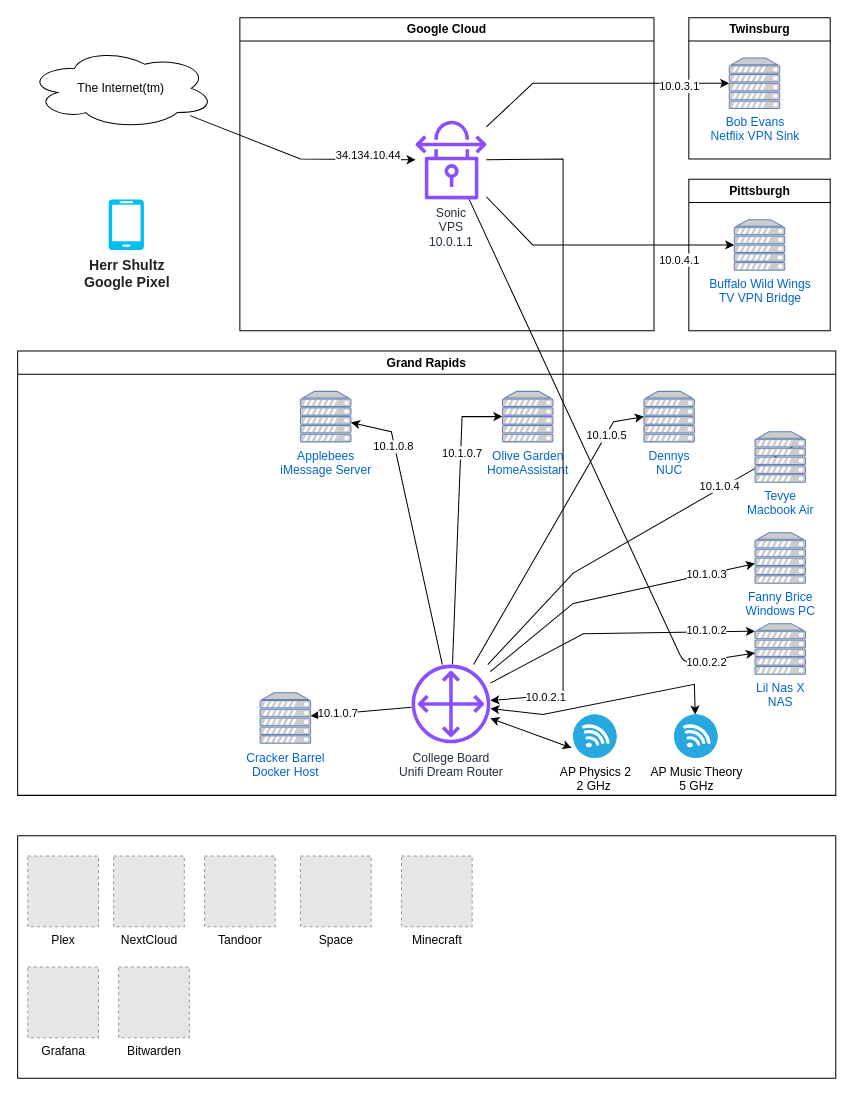
jpitlor/homelab-configuration keeps this draw.io diagram as homelab.drawio. Above is the earlier version. Source tidied: cells renumbered, new cells numbered last; positions are measured from the earlier drawing's top-left corner, leaving out a move shared by most shapes. Both pictures are drawn from the tidied source at 101%, with x=0, y=0 at pixel (17, 17). Pictures stored in the file or linked from it are replaced by grey dashed boxes.
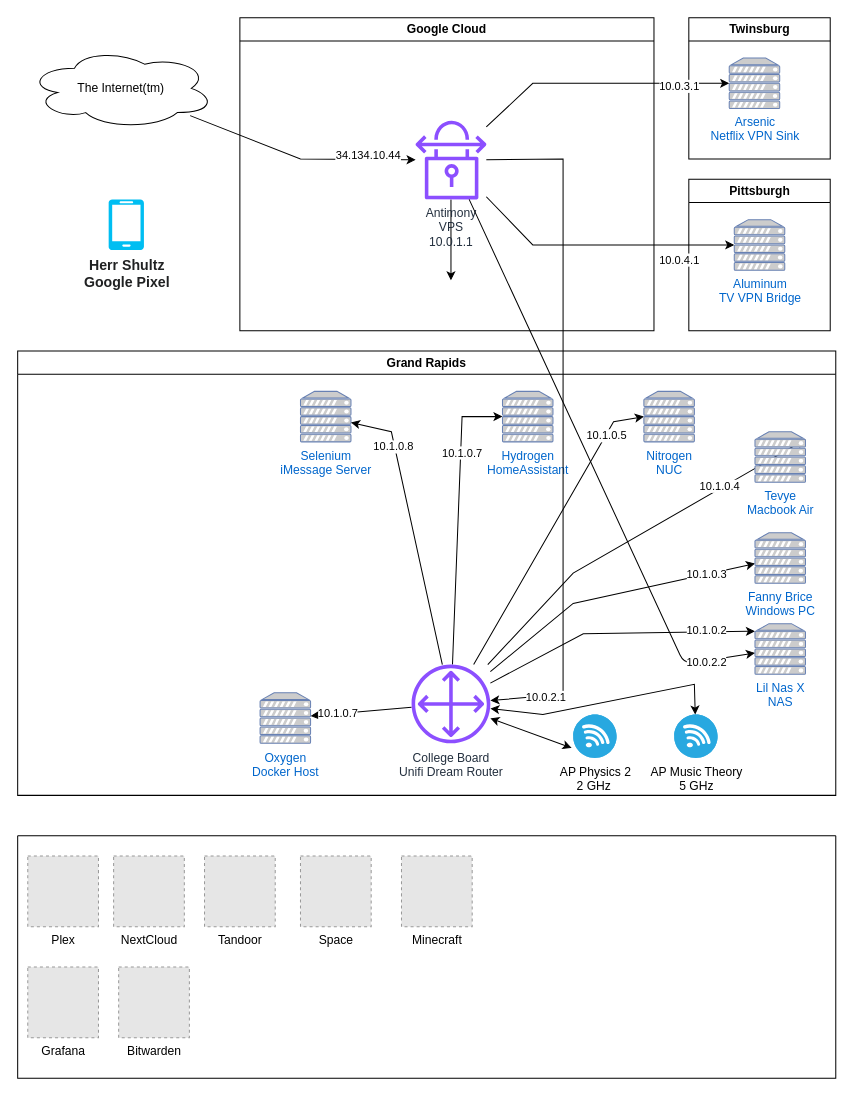
After the change.

Commit message (it also covers changes not shown here):
update server naming scheme

The change refers to these unchanged cells:
```xml
<mxCell id="2" value="Grand Rapids" style="swimlane;whiteSpace=wrap;html=1;" parent="1" vertex="1">
  <mxGeometry y="330" width="810" height="440" as="geometry" />
</mxCell>
<mxCell id="29" value="Pittsburgh" style="swimlane;whiteSpace=wrap;html=1;" parent="1" vertex="1">
  <mxGeometry x="664.5" y="160" width="140" height="150" as="geometry" />
</mxCell>
<mxCell id="31" value="Google Cloud" style="swimlane;whiteSpace=wrap;html=1;" parent="1" vertex="1">
  <mxGeometry x="220" width="410" height="310" as="geometry" />
</mxCell>
<mxCell id="33" value="Twinsburg" style="swimlane;whiteSpace=wrap;html=1;" parent="1" vertex="1">
  <mxGeometry x="664.5" width="140" height="140" as="geometry" />
</mxCell>
```

Change to the diagram source:
```diff
@@
-    <mxCell id="17" value="Dennys&lt;br&gt;NUC" style="fontColor=#0066CC;verticalAlign=top;verticalLabelPosition=bottom;labelPosition=center;align=center;html=1;outlineConnect=0;fillColor=#CCCCCC;strokeColor=#6881B3;gradientColor=none;gradientDirection=north;strokeWidth=2;shape=mxgraph.networks.server;" parent="2" vertex="1">
+    <mxCell id="17" value="Nitrogen&lt;br&gt;NUC" style="fontColor=#0066CC;verticalAlign=top;verticalLabelPosition=bottom;labelPosition=center;align=center;html=1;outlineConnect=0;fillColor=#CCCCCC;strokeColor=#6881B3;gradientColor=none;gradientDirection=north;strokeWidth=2;shape=mxgraph.networks.server;" parent="2" vertex="1">
       <mxGeometry x="620" y="40" width="50" height="50" as="geometry" />
     </mxCell>
-    <mxCell id="18" value="Cracker Barrel&lt;br&gt;Docker Host" style="fontColor=#0066CC;verticalAlign=top;verticalLabelPosition=bottom;labelPosition=center;align=center;html=1;outlineConnect=0;fillColor=#CCCCCC;strokeColor=#6881B3;gradientColor=none;gradientDirection=north;strokeWidth=2;shape=mxgraph.networks.server;" parent="2" vertex="1">
+    <mxCell id="18" value="Oxygen&lt;br&gt;Docker Host" style="fontColor=#0066CC;verticalAlign=top;verticalLabelPosition=bottom;labelPosition=center;align=center;html=1;outlineConnect=0;fillColor=#CCCCCC;strokeColor=#6881B3;gradientColor=none;gradientDirection=north;strokeWidth=2;shape=mxgraph.networks.server;" parent="2" vertex="1">
       <mxGeometry x="240" y="338.5" width="50" height="50" as="geometry" />
     </mxCell>
-    <mxCell id="19" value="Olive Garden&lt;br&gt;HomeAssistant" style="fontColor=#0066CC;verticalAlign=top;verticalLabelPosition=bottom;labelPosition=center;align=center;html=1;outlineConnect=0;fillColor=#CCCCCC;strokeColor=#6881B3;gradientColor=none;gradientDirection=north;strokeWidth=2;shape=mxgraph.networks.server;" parent="2" vertex="1">
+    <mxCell id="19" value="Hydrogen&lt;br&gt;HomeAssistant" style="fontColor=#0066CC;verticalAlign=top;verticalLabelPosition=bottom;labelPosition=center;align=center;html=1;outlineConnect=0;fillColor=#CCCCCC;strokeColor=#6881B3;gradientColor=none;gradientDirection=north;strokeWidth=2;shape=mxgraph.networks.server;" parent="2" vertex="1">
       <mxGeometry x="480" y="40" width="50" height="50" as="geometry" />
     </mxCell>
-    <mxCell id="20" value="Applebees&lt;br&gt;iMessage Server" style="fontColor=#0066CC;verticalAlign=top;verticalLabelPosition=bottom;labelPosition=center;align=center;html=1;outlineConnect=0;fillColor=#CCCCCC;strokeColor=#6881B3;gradientColor=none;gradientDirection=north;strokeWidth=2;shape=mxgraph.networks.server;" parent="2" vertex="1">
+    <mxCell id="20" value="Selenium&lt;br&gt;iMessage Server" style="fontColor=#0066CC;verticalAlign=top;verticalLabelPosition=bottom;labelPosition=center;align=center;html=1;outlineConnect=0;fillColor=#CCCCCC;strokeColor=#6881B3;gradientColor=none;gradientDirection=north;strokeWidth=2;shape=mxgraph.networks.server;" parent="2" vertex="1">
       <mxGeometry x="280" y="40" width="50" height="50" as="geometry" />
     </mxCell>
@@
-    <mxCell id="30" value="Buffalo Wild Wings&lt;br&gt;TV VPN Bridge" style="fontColor=#0066CC;verticalAlign=top;verticalLabelPosition=bottom;labelPosition=center;align=center;html=1;outlineConnect=0;fillColor=#CCCCCC;strokeColor=#6881B3;gradientColor=none;gradientDirection=north;strokeWidth=2;shape=mxgraph.networks.server;" parent="29" vertex="1">
+    <mxCell id="30" value="Aluminum&lt;br&gt;TV VPN Bridge" style="fontColor=#0066CC;verticalAlign=top;verticalLabelPosition=bottom;labelPosition=center;align=center;html=1;outlineConnect=0;fillColor=#CCCCCC;strokeColor=#6881B3;gradientColor=none;gradientDirection=north;strokeWidth=2;shape=mxgraph.networks.server;" parent="29" vertex="1">
       <mxGeometry x="45" y="40" width="50" height="50" as="geometry" />
     </mxCell>
@@
+    <mxCell id="55" style="edgeStyle=orthogonalEdgeStyle;rounded=0;jettySize=auto;html=1;" parent="31" edge="1" source="32">
+      <mxGeometry relative="1" as="geometry">
+        <mxPoint x="209" y="260.1" as="targetPoint" />
+      </mxGeometry>
+    </mxCell>
-    <mxCell id="32" value="Sonic&lt;br&gt;VPS&lt;br&gt;10.0.1.1" style="sketch=0;outlineConnect=0;fontColor=#232F3E;gradientColor=none;fillColor=#8C4FFF;strokeColor=none;dashed=0;verticalLabelPosition=bottom;verticalAlign=top;align=center;html=1;fontSize=12;fontStyle=0;shape=mxgraph.aws4.vpn_connection;" parent="31" vertex="1">
+    <mxCell id="32" value="Antimony&lt;br&gt;VPS&lt;br&gt;10.0.1.1" style="sketch=0;outlineConnect=0;fontColor=#232F3E;gradientColor=none;fillColor=#8C4FFF;strokeColor=none;dashed=0;verticalLabelPosition=bottom;verticalAlign=top;align=center;html=1;fontSize=12;fontStyle=0;shape=mxgraph.aws4.vpn_connection;" parent="31" vertex="1">
       <mxGeometry x="174" y="102" width="70" height="78" as="geometry" />
     </mxCell>
@@
-    <mxCell id="34" value="Bob Evans&lt;br&gt;Netflix VPN Sink" style="fontColor=#0066CC;verticalAlign=top;verticalLabelPosition=bottom;labelPosition=center;align=center;html=1;outlineConnect=0;fillColor=#CCCCCC;strokeColor=#6881B3;gradientColor=none;gradientDirection=north;strokeWidth=2;shape=mxgraph.networks.server;" parent="33" vertex="1">
+    <mxCell id="34" value="Arsenic&lt;br&gt;Netflix VPN Sink" style="fontColor=#0066CC;verticalAlign=top;verticalLabelPosition=bottom;labelPosition=center;align=center;html=1;outlineConnect=0;fillColor=#CCCCCC;strokeColor=#6881B3;gradientColor=none;gradientDirection=north;strokeWidth=2;shape=mxgraph.networks.server;" parent="33" vertex="1">
       <mxGeometry x="40" y="40" width="50" height="50" as="geometry" />
     </mxCell>
```
